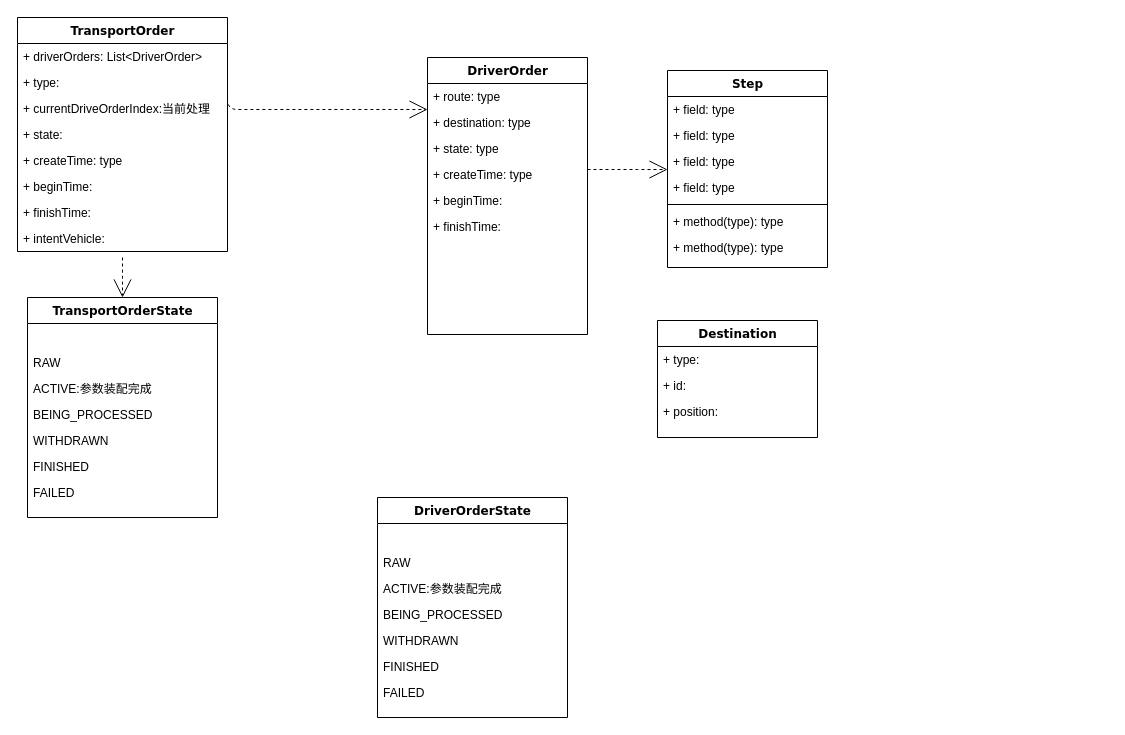
The draw.io diagram 架构/领域类.drawio in c825503724/fms, before the edit. Source tidied: cells renumbered, new cells numbered last; positions are measured from the earlier drawing's top-left corner, leaving out a move shared by most shapes. Both pictures are drawn from the tidied source at 100%, with x=0, y=0 at pixel (17, 17).
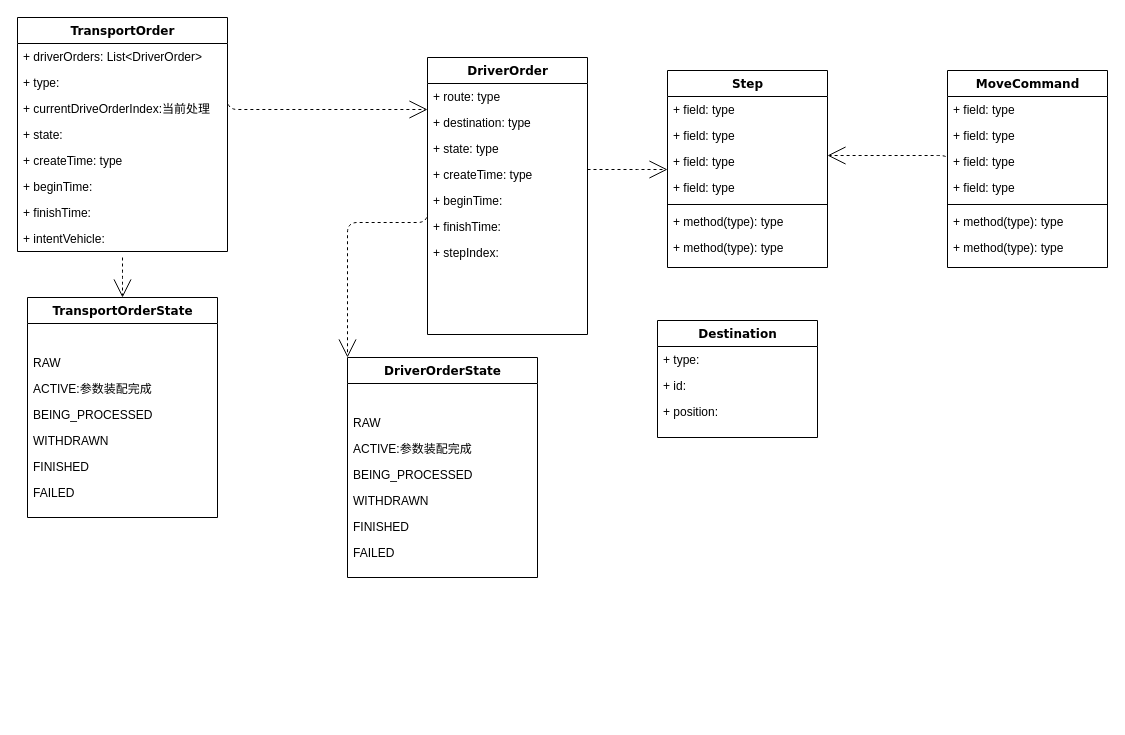
Above is the later version.

Commit message:
更新领域类.drawio

Unchanged cells that the change refers to:
```xml
<mxCell id="12" value="DriverOrder" style="swimlane;html=1;fontStyle=1;align=center;verticalAlign=top;horizontal=1;startSize=26;swimlaneFillColor=#ffffff;rounded=0;shadow=0;comic=0;labelBackgroundColor=none;strokeWidth=1;fillColor=none;fontFamily=Verdana;fontSize=12;" parent="1" vertex="1">
  <mxGeometry x="410" y="40" width="160" height="277" as="geometry" />
</mxCell>
```

The edit, as a diff of the source:
```diff
@@
+    <mxCell id="49" style="edgeStyle=elbowEdgeStyle;html=1;labelBackgroundColor=none;startFill=0;startSize=8;endArrow=open;endFill=0;endSize=16;fontFamily=Verdana;fontSize=12;elbow=vertical;dashed=1;exitX=1;exitY=0.5;exitDx=0;exitDy=0;entryX=0;entryY=0;entryDx=0;entryDy=0;" parent="12" edge="1" target="37">
+      <mxGeometry relative="1" as="geometry">
+        <mxPoint y="112" as="sourcePoint" />
+        <Array as="points">
+          <mxPoint x="10" y="165" />
+        </Array>
+      </mxGeometry>
+    </mxCell>
@@
+    <mxCell id="50" value="+ stepIndex:&amp;nbsp;" style="text;html=1;strokeColor=none;fillColor=none;align=left;verticalAlign=top;spacingLeft=4;spacingRight=4;whiteSpace=wrap;overflow=hidden;" parent="12" vertex="1">
+      <mxGeometry y="182" width="160" height="26" as="geometry" />
+    </mxCell>
@@
     <mxCell id="37" value="DriverOrderState" style="swimlane;html=1;fontStyle=1;align=center;verticalAlign=top;horizontal=1;startSize=26;swimlaneFillColor=#ffffff;rounded=0;shadow=0;comic=0;labelBackgroundColor=none;strokeWidth=1;fillColor=none;fontFamily=Verdana;fontSize=12;" parent="1" vertex="1">
-      <mxGeometry x="360" y="480" width="190" height="220" as="geometry" />
+      <mxGeometry x="330" y="340" width="190" height="220" as="geometry" />
     </mxCell>
@@
+    <mxCell id="51" value="MoveCommand" style="swimlane;html=1;fontStyle=1;align=center;verticalAlign=top;horizontal=1;startSize=26;swimlaneFillColor=#ffffff;rounded=0;shadow=0;comic=0;labelBackgroundColor=none;strokeWidth=1;fillColor=none;fontFamily=Verdana;fontSize=12;" parent="1" vertex="1">
+      <mxGeometry x="930" y="53" width="160" height="197" as="geometry" />
+    </mxCell>
+    <mxCell id="52" value="+ field: type" style="text;html=1;strokeColor=none;fillColor=none;align=left;verticalAlign=top;spacingLeft=4;spacingRight=4;whiteSpace=wrap;overflow=hidden;" parent="51" vertex="1">
+      <mxGeometry y="26" width="160" height="26" as="geometry" />
+    </mxCell>
+    <mxCell id="53" value="+ field: type" style="text;html=1;strokeColor=none;fillColor=none;align=left;verticalAlign=top;spacingLeft=4;spacingRight=4;whiteSpace=wrap;overflow=hidden;" parent="51" vertex="1">
+      <mxGeometry y="52" width="160" height="26" as="geometry" />
+    </mxCell>
+    <mxCell id="54" value="+ field: type" style="text;html=1;strokeColor=none;fillColor=none;align=left;verticalAlign=top;spacingLeft=4;spacingRight=4;whiteSpace=wrap;overflow=hidden;points=[[0,0.5],[1,0.5]];portConstraint=eastwest;" parent="51" vertex="1">
+      <mxGeometry y="78" width="160" height="26" as="geometry" />
+    </mxCell>
+    <mxCell id="55" value="+ field: type" style="text;html=1;strokeColor=none;fillColor=none;align=left;verticalAlign=top;spacingLeft=4;spacingRight=4;whiteSpace=wrap;overflow=hidden;" parent="51" vertex="1">
+      <mxGeometry y="104" width="160" height="26" as="geometry" />
+    </mxCell>
+    <mxCell id="56" style="line;html=1;strokeWidth=1;fillColor=none;align=left;verticalAlign=middle;spacingTop=-1;spacingLeft=3;spacingRight=3;labelPosition=right;" parent="51" vertex="1">
+      <mxGeometry y="130" width="160" height="8" as="geometry" />
+    </mxCell>
+    <mxCell id="57" value="+ method(type): type" style="text;html=1;strokeColor=none;fillColor=none;align=left;verticalAlign=top;spacingLeft=4;spacingRight=4;whiteSpace=wrap;overflow=hidden;" parent="51" vertex="1">
+      <mxGeometry y="138" width="160" height="26" as="geometry" />
+    </mxCell>
+    <mxCell id="58" value="+ method(type): type" style="text;html=1;strokeColor=none;fillColor=none;align=left;verticalAlign=top;spacingLeft=4;spacingRight=4;whiteSpace=wrap;overflow=hidden;" parent="51" vertex="1">
+      <mxGeometry y="164" width="160" height="26" as="geometry" />
+    </mxCell>
+    <mxCell id="59" style="edgeStyle=elbowEdgeStyle;html=1;labelBackgroundColor=none;startFill=0;startSize=8;endArrow=open;endFill=0;endSize=16;fontFamily=Verdana;fontSize=12;elbow=vertical;dashed=1;exitX=0;exitY=0.5;exitDx=0;exitDy=0;" parent="1" edge="1" source="54">
+      <mxGeometry relative="1" as="geometry">
+        <mxPoint x="810" y="138" as="targetPoint" />
+        <Array as="points">
+          <mxPoint x="1240" y="138" />
+        </Array>
+      </mxGeometry>
+    </mxCell>
```
